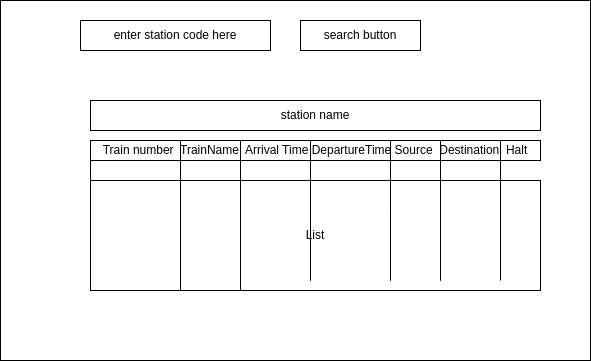
The draw.io diagram SearchByStationCodeUi.png in cdac-project-2025/project-diagrams, before a commit. Source tidied: cells renumbered, new cells last; positions are measured from the earlier drawing's top-left corner, leaving out a move shared by most shapes. Source of this version:
```xml
<mxGraphModel>
  <root>
    <mxCell id="0" />
    <mxCell id="1" parent="0" />
    <mxCell id="2" style="rounded=0;whiteSpace=wrap;html=1;" parent="1" vertex="1">
      <mxGeometry width="590" height="360" as="geometry" />
    </mxCell>
    <mxCell id="3" value="enter station code here" style="rounded=0;whiteSpace=wrap;html=1;" parent="1" vertex="1">
      <mxGeometry x="80" y="20" width="190" height="30" as="geometry" />
    </mxCell>
    <mxCell id="4" value="search button" style="rounded=0;whiteSpace=wrap;html=1;" parent="1" vertex="1">
      <mxGeometry x="300" y="20" width="120" height="30" as="geometry" />
    </mxCell>
    <mxCell id="5" value="station name" style="rounded=0;whiteSpace=wrap;html=1;text-align:left;" parent="1" vertex="1">
      <mxGeometry x="90" y="100" width="450" height="30" as="geometry" />
    </mxCell>
    <mxCell id="6" value="Train number&amp;nbsp; TrainName&amp;nbsp; Arrival Time DepartureTime Source&amp;nbsp; Destination&amp;nbsp; Halt" style="rounded=0;whiteSpace=wrap;html=1;" parent="1" vertex="1">
      <mxGeometry x="90" y="140" width="450" height="20" as="geometry" />
    </mxCell>
    <mxCell id="7" value="List" style="rounded=0;whiteSpace=wrap;html=1;" parent="1" vertex="1">
      <mxGeometry x="90" y="180" width="450" height="110" as="geometry" />
    </mxCell>
    <mxCell id="8" style="shape=partialRectangle;whiteSpace=wrap;html=1;top=0;bottom=0;fillColor=none;" parent="1" vertex="1">
      <mxGeometry x="90" y="140" width="90" height="140" as="geometry" />
    </mxCell>
    <mxCell id="9" style="shape=partialRectangle;whiteSpace=wrap;html=1;top=0;bottom=0;fillColor=none;" parent="1" vertex="1">
      <mxGeometry x="180" y="150" width="60" height="140" as="geometry" />
    </mxCell>
    <mxCell id="10" style="shape=partialRectangle;whiteSpace=wrap;html=1;top=0;bottom=0;fillColor=none;" parent="1" vertex="1">
      <mxGeometry x="240" y="140" width="70" height="140" as="geometry" />
    </mxCell>
    <mxCell id="11" style="shape=partialRectangle;whiteSpace=wrap;html=1;top=0;bottom=0;fillColor=none;" parent="1" vertex="1">
      <mxGeometry x="310" y="140" width="80" height="140" as="geometry" />
    </mxCell>
    <mxCell id="12" style="shape=partialRectangle;whiteSpace=wrap;html=1;top=0;bottom=0;fillColor=none;" parent="1" vertex="1">
      <mxGeometry x="390" y="140" width="50" height="140" as="geometry" />
    </mxCell>
    <mxCell id="13" style="shape=partialRectangle;whiteSpace=wrap;html=1;top=0;bottom=0;fillColor=none;" parent="1" vertex="1">
      <mxGeometry x="440" y="140" width="60" height="140" as="geometry" />
    </mxCell>
  </root>
</mxGraphModel>
```
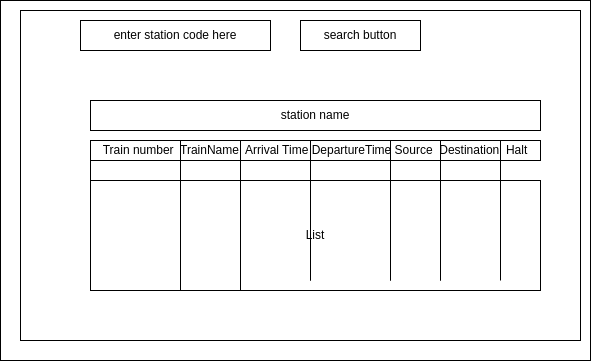
After the commit.

What changed in the source:
```diff
@@ -5,6 +5,9 @@
     <mxCell id="2" style="rounded=0;whiteSpace=wrap;html=1;" parent="1" vertex="1">
       <mxGeometry width="590" height="360" as="geometry" />
     </mxCell>
+    <mxCell id="14" style="rounded=0;whiteSpace=wrap;html=1;" parent="1" vertex="1">
+      <mxGeometry x="20" y="10" width="560" height="330" as="geometry" />
+    </mxCell>
     <mxCell id="3" value="enter station code here" style="rounded=0;whiteSpace=wrap;html=1;" parent="1" vertex="1">
       <mxGeometry x="80" y="20" width="190" height="30" as="geometry" />
     </mxCell>
```
